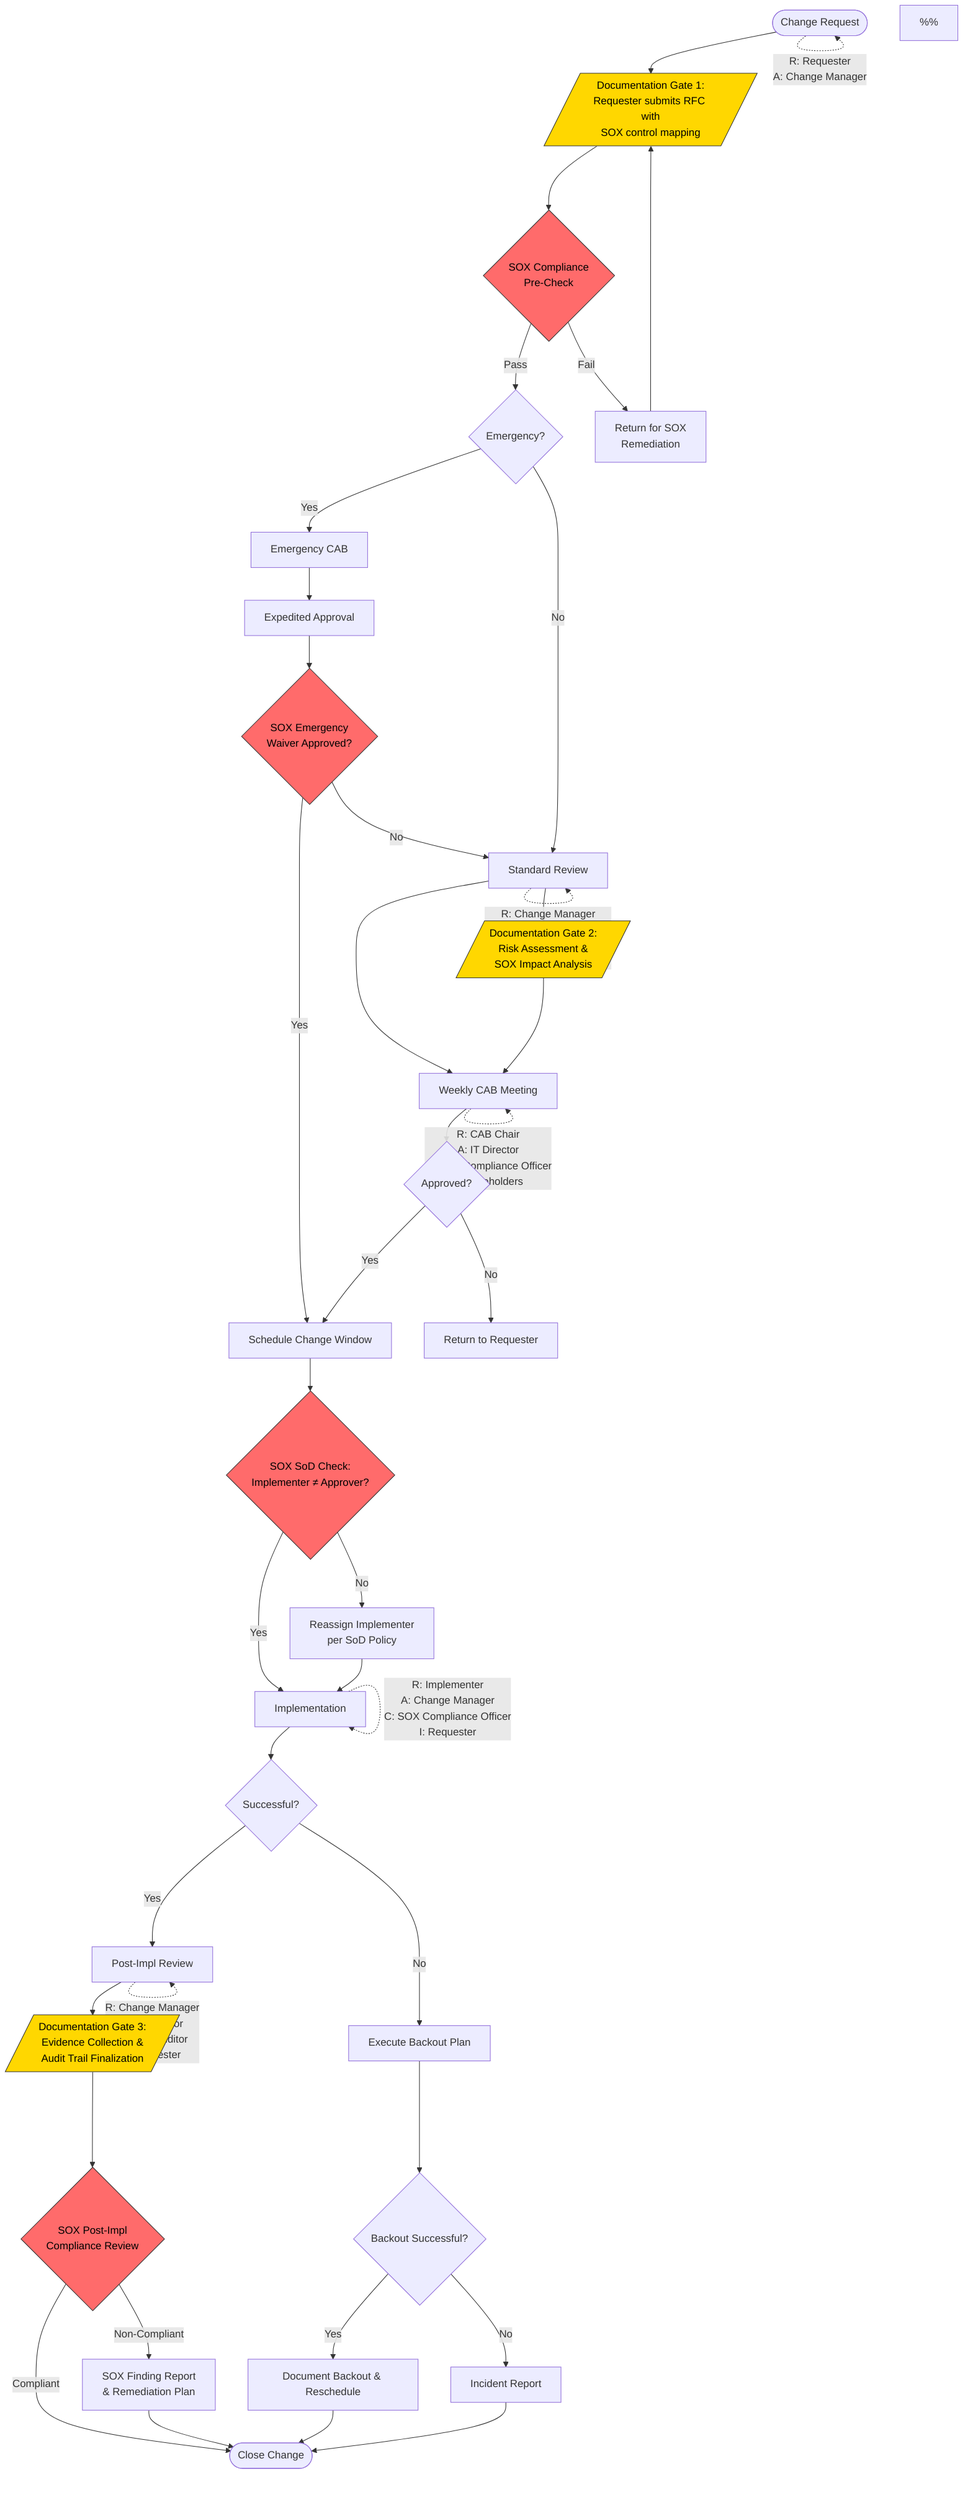
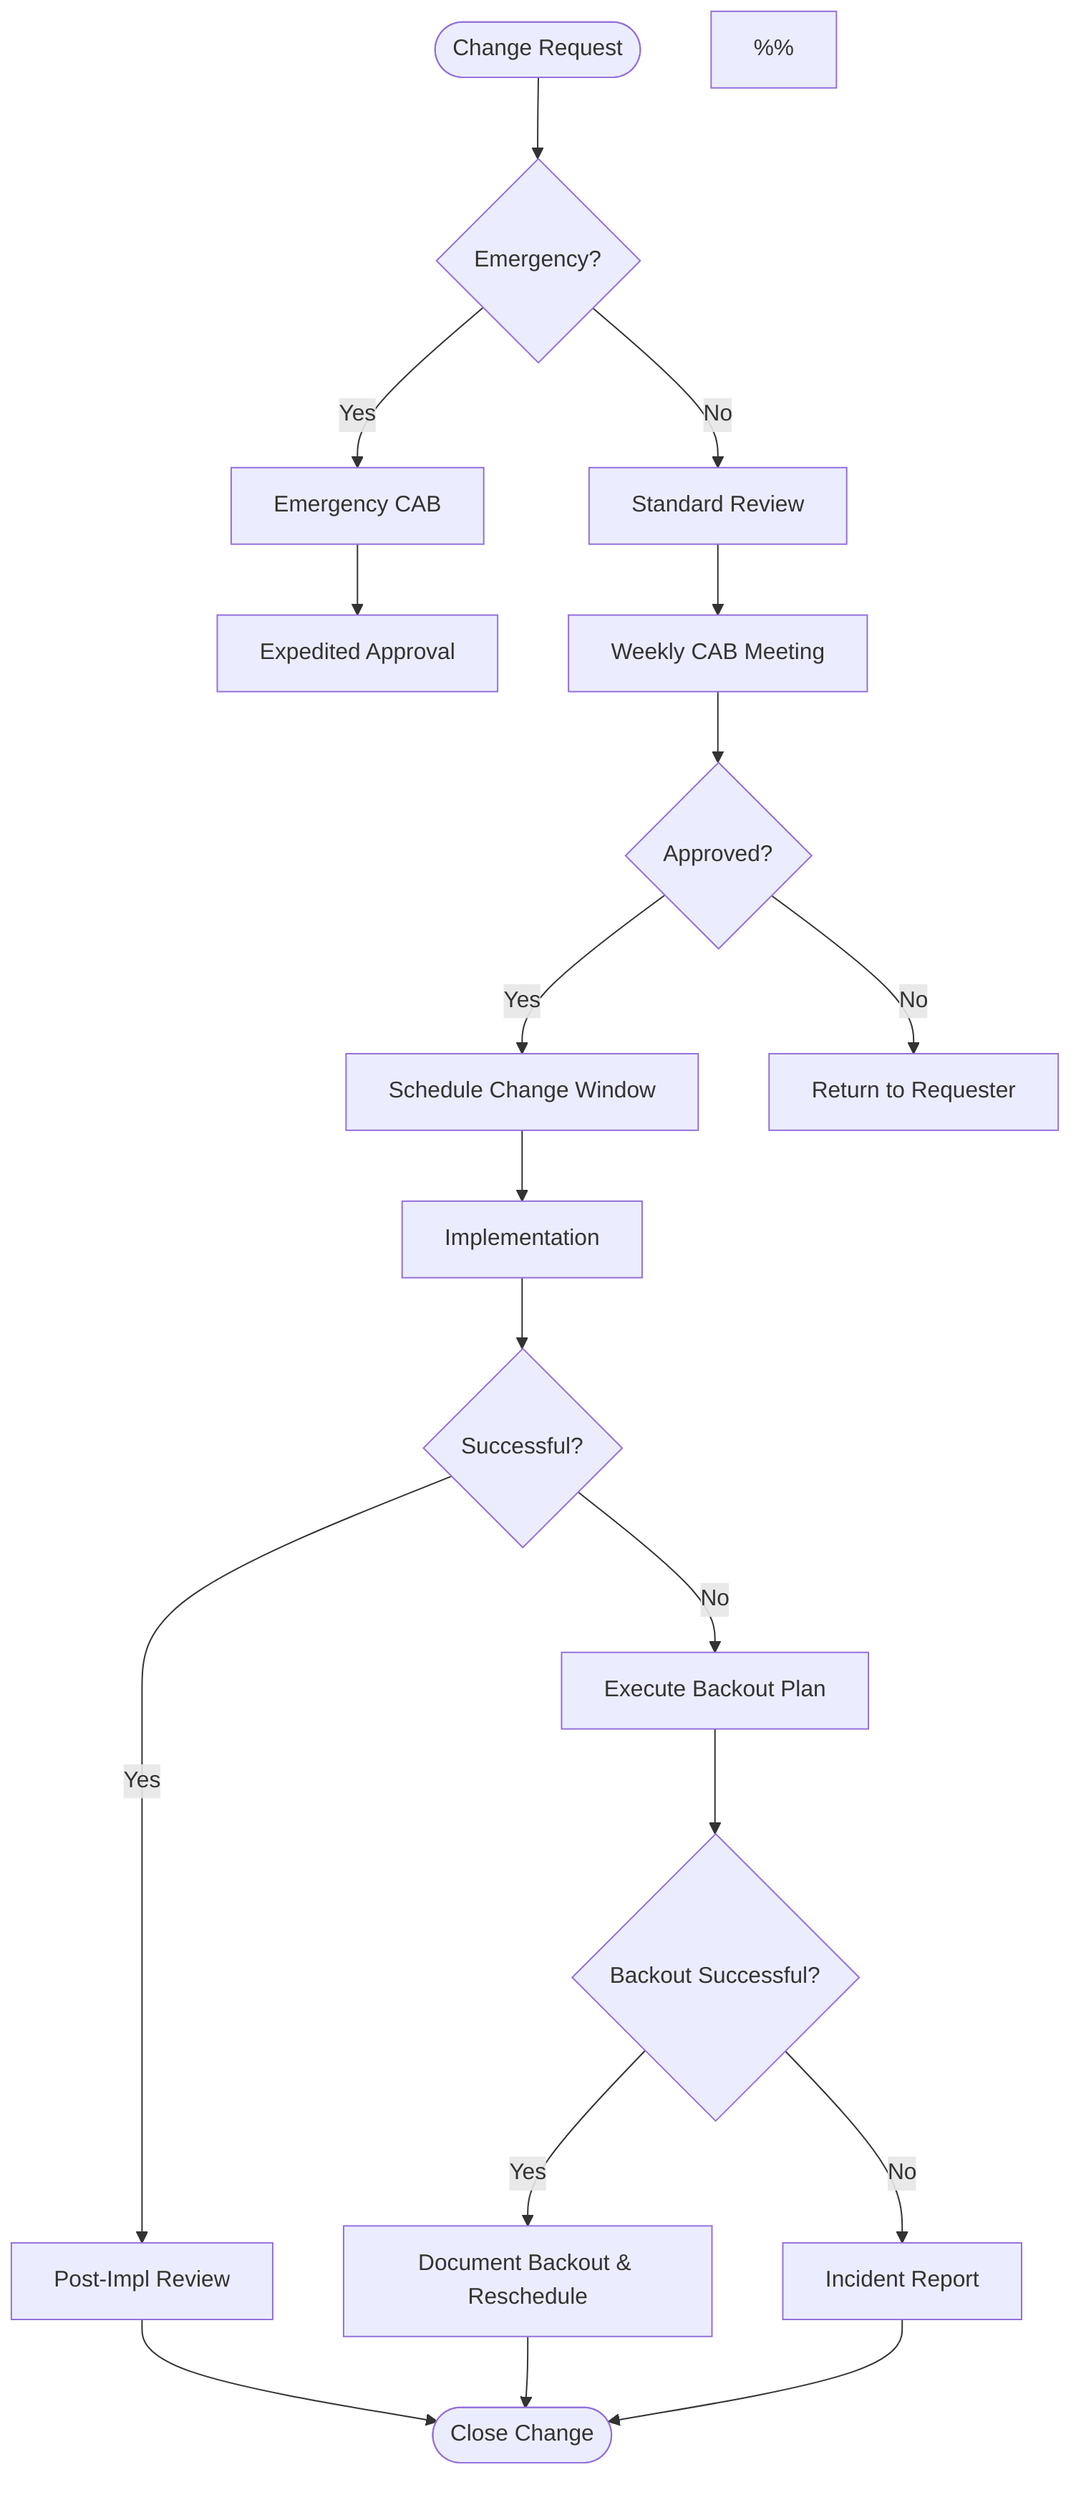
flowchart TD
-     A([Change Request]) --> A1[/Documentation Gate 1:\nRequester submits RFC with\nSOX control mapping/]
-     %% ⚡ CHANGED SECTION - Documentation Gate 1 & Compliance Check
-     A1 --> A2{SOX Compliance\nPre-Check}
-     A2 --> |Pass| B{Emergency?}
-     A2 --> |Fail| A3[Return for SOX\nRemediation]
-     A3 --> A1
-     %% ⚡ END CHANGED SECTION
+     A([Change Request]) --> B{Emergency?}
    B --> |Yes| C[Emergency CAB]
    B --> |No| D[Standard Review]
    C --> E[Expedited Approval]
-     %% ⚡ CHANGED SECTION - SOX checkpoint for emergency path
-     E --> E1{SOX Emergency\nWaiver Approved?}
-     E1 --> |Yes| H[Schedule Change Window]
-     E1 --> |No| D
-     %% ⚡ END CHANGED SECTION
    D --> F[Weekly CAB Meeting]
-     %% ⚡ CHANGED SECTION - Documentation Gate 2 before CAB
-     D --> D1[/Documentation Gate 2:\nRisk Assessment &\nSOX Impact Analysis/]
-     D1 --> F
-     %% ⚡ END CHANGED SECTION
    F --> G{Approved?}
-     G --> |Yes| H
+     G --> |Yes| H[Schedule Change Window]
    G --> |No| I[Return to Requester]
-     %% ⚡ CHANGED SECTION - SOX Segregation of Duties check
-     H --> H1{SOX SoD Check:\nImplementer ≠ Approver?}
-     H1 --> |Yes| J[Implementation]
-     H1 --> |No| H2[Reassign Implementer\nper SoD Policy]
-     H2 --> J
-     %% ⚡ END CHANGED SECTION
+     H --> J[Implementation]
    J --> K{Successful?}
    K --> |Yes| L[Post-Impl Review]
+     %% ⚡ CHANGED SECTION
    K --> |No| M1[Execute Backout Plan]
    M1 --> M2{Backout Successful?}
    M2 --> |Yes| M3[Document Backout & Reschedule]
    M2 --> |No| M[Incident Report]
    M3 --> N
-     %% ⚡ CHANGED SECTION - SOX Audit Documentation Gate & Final Compliance
-     L --> L1[/Documentation Gate 3:\nEvidence Collection &\nAudit Trail Finalization/]
-     L1 --> L2{SOX Post-Impl\nCompliance Review}
-     L2 --> |Compliant| N([Close Change])
-     L2 --> |Non-Compliant| L3[SOX Finding Report\n& Remediation Plan]
-     L3 --> N
    %% ⚡ END CHANGED SECTION
+     L --> N([Close Change])
    M --> N
- 
-     %% ⚡ CHANGED SECTION - RACI Role Labels
-     A -.-> |R: Requester\nA: Change Manager| A
-     D -.-> |R: Change Manager\nA: CAB Chair\nC: SOX Compliance Officer\nI: Requester| D
-     F -.-> |R: CAB Chair\nA: IT Director\nC: SOX Compliance Officer\nI: Stakeholders| F
-     J -.-> |R: Implementer\nA: Change Manager\nC: SOX Compliance Officer\nI: Requester| J
-     L -.-> |R: Change Manager\nA: IT Director\nC: SOX Auditor\nI: Requester| L
-     %% ⚡ END CHANGED SECTION
- 
-     %% ⚡ CHANGED SECTION - Styling
-     style A1 fill:#FFD700,stroke:#333,color:#000
-     style D1 fill:#FFD700,stroke:#333,color:#000
-     style L1 fill:#FFD700,stroke:#333,color:#000
-     style A2 fill:#FF6B6B,stroke:#333,color:#000
-     style E1 fill:#FF6B6B,stroke:#333,color:#000
-     style H1 fill:#FF6B6B,stroke:#333,color:#000
-     style L2 fill:#FF6B6B,stroke:#333,color:#000
-     %% ⚡ END CHANGED SECTION

%% ════════════════════════════════════════════════════════
%% CLAUDE'S CHANGE INTERPRETATION
%% ════════════════════════════════════════════════════════
- %% OBJECTIVE: Ensure change management process meets SOX audit requirements by embedding mandatory compliance checkpoints, segregation of duties validation, documentation gates, and RACI accountability at each critical stage.
+ %% OBJECTIVE: Ensure failed implementations follow a structured rollback procedure before escalating to incident management, minimizing service disruption during change windows.
%%
%% EXPLANATION:
- %% Added three Documentation Gates (RFC submission with SOX mapping, Risk Assessment & SOX Impact Analysis before CAB, and Evidence Collection & Audit Trail before closure). Inserted SOX compliance checkpoints: a pre-check after submission, an emergency waiver gate for expedited changes, a Segregation of Duties verification before implementation, and a post-implementation compliance review. Added RACI role annotations (Responsible, Accountable, Consulted, Informed) as dotted links on key process nodes. Applied color styling to distinguish documentation gates (gold) from compliance checkpoints (red) for visual clarity.
+ %% Replaced the direct link from failed implementation to Incident Report with a backout plan flow: when implementation fails, an "Execute Backout Plan" step is triggered first, followed by a decision node checking if the backout was successful. If the backout succeeds, the change is documented and rescheduled for a future window. If the backout also fails, it then escalates to an Incident Report, preserving the original escalation path for worst-case scenarios.
%% ════════════════════════════════════════════════════════
